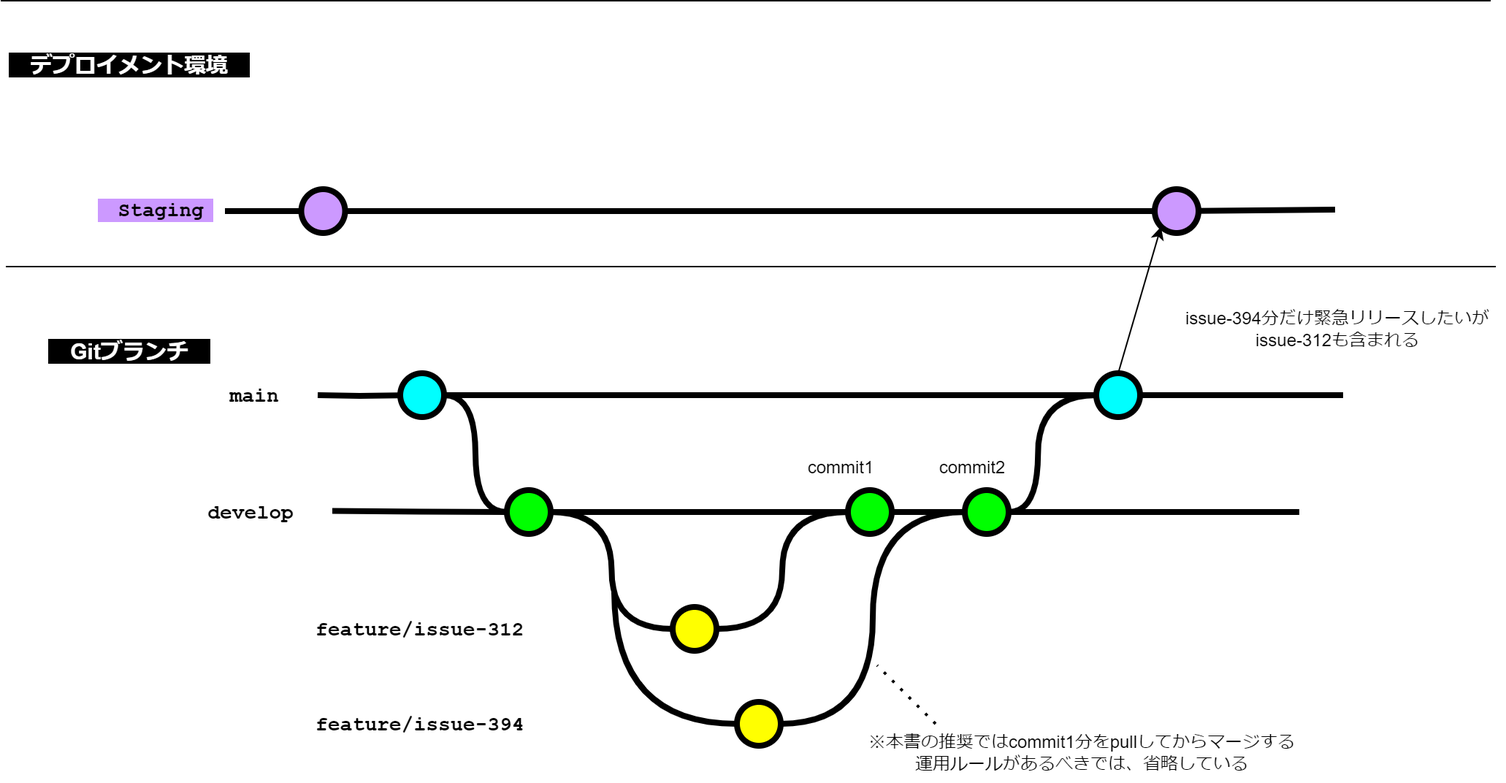
Earlier version of the draw.io export documents/forGitBranch/img/release_overtaking.drawio.png (future-architect/coding-standards). Source tidied: cells renumbered, new cells last; positions are measured from the earlier drawing's top-left corner, leaving out a move shared by most shapes. Its diagram source:
```xml
<mxGraphModel>
  <root>
    <mxCell id="0" />
    <mxCell id="1" parent="0" />
    <mxCell id="2" style="edgeStyle=orthogonalEdgeStyle;curved=1;rounded=0;html=1;exitX=1;exitY=0.5;exitPerimeter=0;entryX=0;entryY=0.5;entryPerimeter=0;endArrow=none;endFill=0;jettySize=auto;strokeWidth=4;fontSize=15;" parent="1" edge="1" source="3" target="8">
      <mxGeometry relative="1" as="geometry" />
    </mxCell>
    <mxCell id="3" style="verticalLabelPosition=bottom;verticalAlign=top;html=1;strokeWidth=4;shape=mxgraph.flowchart.on-page_reference;plain-blue;gradientColor=none;fillColor=#00FFFF;strokeColor=#000000;" parent="1" vertex="1">
      <mxGeometry x="273.5" y="255" width="30" height="30" as="geometry" />
    </mxCell>
    <mxCell id="4" style="edgeStyle=orthogonalEdgeStyle;curved=1;rounded=0;jettySize=auto;html=1;endArrow=none;endFill=0;strokeWidth=4;fontFamily=Courier New;fontSize=16;entryX=1;entryY=0.5;entryDx=0;entryDy=0;entryPerimeter=0;" parent="1" edge="1" source="5" target="3">
      <mxGeometry relative="1" as="geometry" />
    </mxCell>
    <mxCell id="5" style="verticalLabelPosition=bottom;verticalAlign=top;html=1;strokeWidth=4;shape=mxgraph.flowchart.on-page_reference;plain-blue;gradientColor=none;strokeColor=#000000;fillColor=#00FFFF;" parent="1" vertex="1">
      <mxGeometry x="750" y="255" width="30" height="30" as="geometry" />
    </mxCell>
    <mxCell id="6" style="edgeStyle=orthogonalEdgeStyle;rounded=0;html=1;jettySize=auto;strokeWidth=4;endArrow=none;endFill=0;" parent="1" edge="1" target="3">
      <mxGeometry x="53.5" y="220" as="geometry">
        <mxPoint x="217" y="270" as="sourcePoint" />
      </mxGeometry>
    </mxCell>
    <mxCell id="7" value="main" style="text;html=1;strokeColor=none;fillColor=none;align=center;verticalAlign=middle;whiteSpace=wrap;overflow=hidden;fontSize=14;fontStyle=1;fontFamily=Courier New;" parent="1" vertex="1">
      <mxGeometry x="149" y="260" width="50" height="20" as="geometry" />
    </mxCell>
    <mxCell id="8" style="verticalLabelPosition=bottom;verticalAlign=top;html=1;strokeWidth=4;shape=mxgraph.flowchart.on-page_reference;plain-purple;gradientColor=none;strokeColor=#000000;fillColor=#00FF00;" parent="1" vertex="1">
      <mxGeometry x="346.5" y="335" width="30" height="30" as="geometry" />
    </mxCell>
    <mxCell id="9" value="develop" style="text;html=1;strokeColor=none;fillColor=none;align=center;verticalAlign=middle;whiteSpace=wrap;overflow=hidden;fontSize=14;fontStyle=1;fontFamily=Courier New;" parent="1" vertex="1">
      <mxGeometry x="90" y="340" width="162.5" height="20" as="geometry" />
    </mxCell>
    <mxCell id="10" value="feature/issue-312" style="text;html=1;strokeColor=none;fillColor=none;align=left;verticalAlign=middle;whiteSpace=wrap;overflow=hidden;fontSize=14;fontStyle=1;fontFamily=Courier New;" parent="1" vertex="1">
      <mxGeometry x="214" y="420" width="162.5" height="20" as="geometry" />
    </mxCell>
    <mxCell id="11" style="edgeStyle=orthogonalEdgeStyle;curved=1;rounded=0;html=1;exitX=1;exitY=0.5;exitPerimeter=0;entryX=0;entryY=0.5;entryPerimeter=0;endArrow=none;endFill=0;jettySize=auto;strokeWidth=4;fontSize=15;exitDx=0;exitDy=0;entryDx=0;entryDy=0;" parent="1" edge="1" source="8" target="14">
      <mxGeometry relative="1" as="geometry" />
    </mxCell>
    <mxCell id="12" style="verticalLabelPosition=bottom;verticalAlign=top;html=1;strokeWidth=4;shape=mxgraph.flowchart.on-page_reference;plain-purple;gradientColor=none;strokeColor=#000000;fillColor=#00FF00;" parent="1" vertex="1">
      <mxGeometry x="580" y="335" width="30" height="30" as="geometry" />
    </mxCell>
    <mxCell id="13" style="edgeStyle=orthogonalEdgeStyle;curved=1;rounded=0;jettySize=auto;html=1;endArrow=none;endFill=0;strokeWidth=4;fontFamily=Courier New;fontSize=16;exitX=1;exitY=0.5;exitDx=0;exitDy=0;exitPerimeter=0;" parent="1" edge="1" source="23">
      <mxGeometry relative="1" as="geometry">
        <mxPoint x="889" y="350" as="targetPoint" />
      </mxGeometry>
    </mxCell>
    <mxCell id="14" style="verticalLabelPosition=bottom;verticalAlign=top;html=1;strokeWidth=4;shape=mxgraph.flowchart.on-page_reference;plain-purple;gradientColor=none;strokeColor=#000000;fillColor=#FFFF00;" parent="1" vertex="1">
      <mxGeometry x="460" y="415" width="30" height="30" as="geometry" />
    </mxCell>
    <mxCell id="15" style="edgeStyle=orthogonalEdgeStyle;curved=1;rounded=0;jettySize=auto;html=1;endArrow=none;endFill=0;strokeWidth=4;fontFamily=Courier New;fontSize=16;exitX=1;exitY=0.5;exitDx=0;exitDy=0;exitPerimeter=0;" parent="1" edge="1" source="5">
      <mxGeometry relative="1" as="geometry">
        <mxPoint x="919" y="270" as="targetPoint" />
      </mxGeometry>
    </mxCell>
    <mxCell id="16" style="edgeStyle=orthogonalEdgeStyle;curved=1;rounded=0;jettySize=auto;html=1;endArrow=none;endFill=0;strokeWidth=4;fontFamily=Courier New;fontSize=16;exitX=1;exitY=0.5;exitDx=0;exitDy=0;exitPerimeter=0;entryX=0;entryY=0.5;entryDx=0;entryDy=0;entryPerimeter=0;" parent="1" edge="1" source="8" target="12">
      <mxGeometry relative="1" as="geometry" />
    </mxCell>
    <mxCell id="17" style="edgeStyle=orthogonalEdgeStyle;curved=1;rounded=0;jettySize=auto;html=1;endArrow=none;endFill=0;strokeWidth=4;fontFamily=Courier New;fontSize=16;exitX=1;exitY=0.5;exitDx=0;exitDy=0;exitPerimeter=0;entryX=0;entryY=0.5;entryDx=0;entryDy=0;entryPerimeter=0;" parent="1" edge="1" source="14" target="12">
      <mxGeometry relative="1" as="geometry" />
    </mxCell>
    <mxCell id="18" style="verticalLabelPosition=bottom;verticalAlign=top;html=1;strokeWidth=4;shape=mxgraph.flowchart.on-page_reference;plain-purple;gradientColor=none;strokeColor=#000000;fillColor=#FFFF00;" parent="1" vertex="1">
      <mxGeometry x="504" y="480" width="30" height="30" as="geometry" />
    </mxCell>
    <mxCell id="19" value="feature/issue-394&lt;div&gt;ファイル&lt;/div&gt;" style="text;html=1;strokeColor=none;fillColor=none;align=left;verticalAlign=middle;whiteSpace=wrap;overflow=hidden;fontSize=14;fontStyle=1;fontFamily=Courier New;" parent="1" vertex="1">
      <mxGeometry x="214" y="485" width="162.5" height="20" as="geometry" />
    </mxCell>
    <mxCell id="20" style="edgeStyle=orthogonalEdgeStyle;curved=1;rounded=0;html=1;entryX=0;entryY=0.5;entryPerimeter=0;endArrow=none;endFill=0;jettySize=auto;strokeWidth=4;fontSize=15;entryDx=0;entryDy=0;" parent="1" edge="1" target="18">
      <mxGeometry relative="1" as="geometry">
        <mxPoint x="420" y="405" as="sourcePoint" />
        <Array as="points">
          <mxPoint x="420" y="495" />
        </Array>
      </mxGeometry>
    </mxCell>
    <mxCell id="21" style="edgeStyle=orthogonalEdgeStyle;curved=1;rounded=0;jettySize=auto;html=1;endArrow=none;endFill=0;strokeWidth=4;fontFamily=Courier New;fontSize=16;exitX=1;exitY=0.5;exitDx=0;exitDy=0;exitPerimeter=0;" parent="1" edge="1" source="12" target="23">
      <mxGeometry relative="1" as="geometry" />
    </mxCell>
    <mxCell id="22" style="edgeStyle=orthogonalEdgeStyle;curved=1;rounded=0;jettySize=auto;html=1;endArrow=none;endFill=0;strokeWidth=4;fontFamily=Courier New;fontSize=16;exitX=1;exitY=0.5;exitDx=0;exitDy=0;exitPerimeter=0;entryX=0;entryY=0.5;entryDx=0;entryDy=0;entryPerimeter=0;" parent="1" edge="1" source="12" target="23">
      <mxGeometry relative="1" as="geometry" />
    </mxCell>
    <mxCell id="23" style="verticalLabelPosition=bottom;verticalAlign=top;html=1;strokeWidth=4;shape=mxgraph.flowchart.on-page_reference;plain-purple;gradientColor=none;strokeColor=#000000;fillColor=#00FF00;" parent="1" vertex="1">
      <mxGeometry x="660" y="335" width="30" height="30" as="geometry" />
    </mxCell>
    <mxCell id="24" style="edgeStyle=orthogonalEdgeStyle;curved=1;rounded=0;jettySize=auto;html=1;endArrow=none;endFill=0;strokeWidth=4;fontFamily=Courier New;fontSize=16;exitX=1;exitY=0.5;exitDx=0;exitDy=0;exitPerimeter=0;entryX=0;entryY=0.5;entryDx=0;entryDy=0;entryPerimeter=0;" parent="1" edge="1" source="18" target="23">
      <mxGeometry relative="1" as="geometry" />
    </mxCell>
    <mxCell id="25" style="edgeStyle=orthogonalEdgeStyle;curved=1;rounded=0;html=1;exitX=0;exitY=0.5;exitPerimeter=0;entryX=1;entryY=0.5;entryPerimeter=0;endArrow=none;endFill=0;jettySize=auto;strokeWidth=4;fontSize=15;entryDx=0;entryDy=0;exitDx=0;exitDy=0;" parent="1" edge="1" source="5" target="23">
      <mxGeometry relative="1" as="geometry">
        <Array as="points">
          <mxPoint x="710" y="270" />
          <mxPoint x="710" y="350" />
        </Array>
      </mxGeometry>
    </mxCell>
    <mxCell id="26" style="endArrow=none;html=1;rounded=0;" parent="1" edge="1">
      <mxGeometry relative="1" as="geometry">
        <mxPoint x="3.5" y="182" as="sourcePoint" />
        <mxPoint x="1023.5" y="182" as="targetPoint" />
      </mxGeometry>
    </mxCell>
    <mxCell id="27" value="&lt;div&gt;&lt;span style=&quot;background-color: rgb(204, 153, 255);&quot;&gt;　Staging　&lt;/span&gt;&lt;/div&gt;" style="text;html=1;strokeColor=none;fillColor=none;align=center;verticalAlign=middle;whiteSpace=wrap;overflow=hidden;fontSize=14;fontStyle=1;fontFamily=Courier New;" parent="1" vertex="1">
      <mxGeometry x="46.8" y="123" width="111.8" height="42" as="geometry" />
    </mxCell>
    <mxCell id="28" value="&lt;font color=&quot;#ffffff&quot;&gt;&lt;span style=&quot;font-size: 15px; background-color: rgb(0, 0, 0);&quot;&gt;&lt;b&gt;　デプロイメント環境　&lt;/b&gt;&lt;/span&gt;&lt;/font&gt;" style="text;strokeColor=none;align=center;fillColor=none;html=1;verticalAlign=middle;whiteSpace=wrap;rounded=0;" parent="1" vertex="1">
      <mxGeometry y="29" width="161.8" height="30" as="geometry" />
    </mxCell>
    <mxCell id="29" style="endArrow=none;html=1;rounded=0;strokeWidth=4;" parent="1" edge="1" source="34">
      <mxGeometry relative="1" as="geometry">
        <mxPoint x="913.5" y="143" as="targetPoint" />
      </mxGeometry>
    </mxCell>
    <mxCell id="30" style="endArrow=none;html=1;rounded=0;" parent="1" edge="1">
      <mxGeometry relative="1" as="geometry">
        <mxPoint as="sourcePoint" />
        <mxPoint x="1020" as="targetPoint" />
      </mxGeometry>
    </mxCell>
    <mxCell id="31" style="endArrow=none;html=1;rounded=0;strokeWidth=4;" parent="1" edge="1" target="32">
      <mxGeometry relative="1" as="geometry">
        <mxPoint x="153.5" y="144" as="sourcePoint" />
      </mxGeometry>
    </mxCell>
    <mxCell id="32" style="verticalLabelPosition=bottom;verticalAlign=top;html=1;strokeWidth=4;shape=mxgraph.flowchart.on-page_reference;plain-blue;gradientColor=none;fillColor=#CC99FF;strokeColor=#000000;" parent="1" vertex="1">
      <mxGeometry x="205.8" y="129" width="30" height="30" as="geometry" />
    </mxCell>
    <mxCell id="33" style="endArrow=none;html=1;rounded=0;strokeWidth=4;entryX=0;entryY=0.5;entryDx=0;entryDy=0;entryPerimeter=0;" parent="1" edge="1" source="32" target="34">
      <mxGeometry relative="1" as="geometry" />
    </mxCell>
    <mxCell id="34" style="verticalLabelPosition=bottom;verticalAlign=top;html=1;strokeWidth=4;shape=mxgraph.flowchart.on-page_reference;plain-blue;gradientColor=none;fillColor=#CC99FF;strokeColor=#000000;" parent="1" vertex="1">
      <mxGeometry x="790" y="129" width="30" height="30" as="geometry" />
    </mxCell>
    <mxCell id="35" value="&lt;b&gt;&lt;font color=&quot;#ffffff&quot; style=&quot;font-size: 15px; background-color: rgb(0, 0, 0);&quot;&gt;　Gitブランチ　&lt;/font&gt;&lt;/b&gt;" style="text;strokeColor=none;align=center;fillColor=none;html=1;verticalAlign=middle;whiteSpace=wrap;rounded=0;" parent="1" vertex="1">
      <mxGeometry x="15.9" y="225" width="130" height="30" as="geometry" />
    </mxCell>
    <mxCell id="36" style="endArrow=classic;html=1;rounded=0;exitX=0.5;exitY=0;exitDx=0;exitDy=0;exitPerimeter=0;entryX=0.145;entryY=0.855;entryDx=0;entryDy=0;entryPerimeter=0;" parent="1" edge="1" source="5" target="34">
      <mxGeometry relative="1" as="geometry" />
    </mxCell>
    <mxCell id="37" value="issue-394分だけ緊急リリースしたいが&lt;div&gt;issue-312も含まれる&lt;/div&gt;" style="text;html=1;align=center;verticalAlign=middle;strokeColor=none;fillColor=none;" parent="1" vertex="1">
      <mxGeometry x="800" y="205" width="230" height="40" as="geometry" />
    </mxCell>
    <mxCell id="38" value="commit1" style="text;html=1;align=center;verticalAlign=middle;strokeColor=none;fillColor=none;" parent="1" vertex="1">
      <mxGeometry x="540" y="305" width="70" height="30" as="geometry" />
    </mxCell>
    <mxCell id="39" style="edgeStyle=orthogonalEdgeStyle;rounded=0;html=1;jettySize=auto;strokeWidth=4;endArrow=none;endFill=0;entryX=0;entryY=0.5;entryDx=0;entryDy=0;entryPerimeter=0;" parent="1" edge="1" target="8">
      <mxGeometry x="53.5" y="220" as="geometry">
        <mxPoint x="227" y="349.2" as="sourcePoint" />
      </mxGeometry>
    </mxCell>
    <mxCell id="40" value="commit2" style="text;html=1;align=center;verticalAlign=middle;strokeColor=none;fillColor=none;" parent="1" vertex="1">
      <mxGeometry x="630" y="305" width="70" height="30" as="geometry" />
    </mxCell>
    <mxCell id="41" value="※本書の推奨ではcommit1分をpullしてからマージする&lt;div&gt;運用ルールがあるべきでは、省略している&lt;/div&gt;" style="text;html=1;align=center;verticalAlign=middle;strokeColor=none;fillColor=none;" parent="1" vertex="1">
      <mxGeometry x="580" y="495" width="320" height="40" as="geometry" />
    </mxCell>
    <mxCell id="42" style="endArrow=none;dashed=1;html=1;dashPattern=1 3;strokeWidth=2;rounded=0;" parent="1" edge="1">
      <mxGeometry relative="1" as="geometry">
        <mxPoint x="640" y="495" as="sourcePoint" />
        <mxPoint x="600" y="455" as="targetPoint" />
      </mxGeometry>
    </mxCell>
  </root>
</mxGraphModel>
```
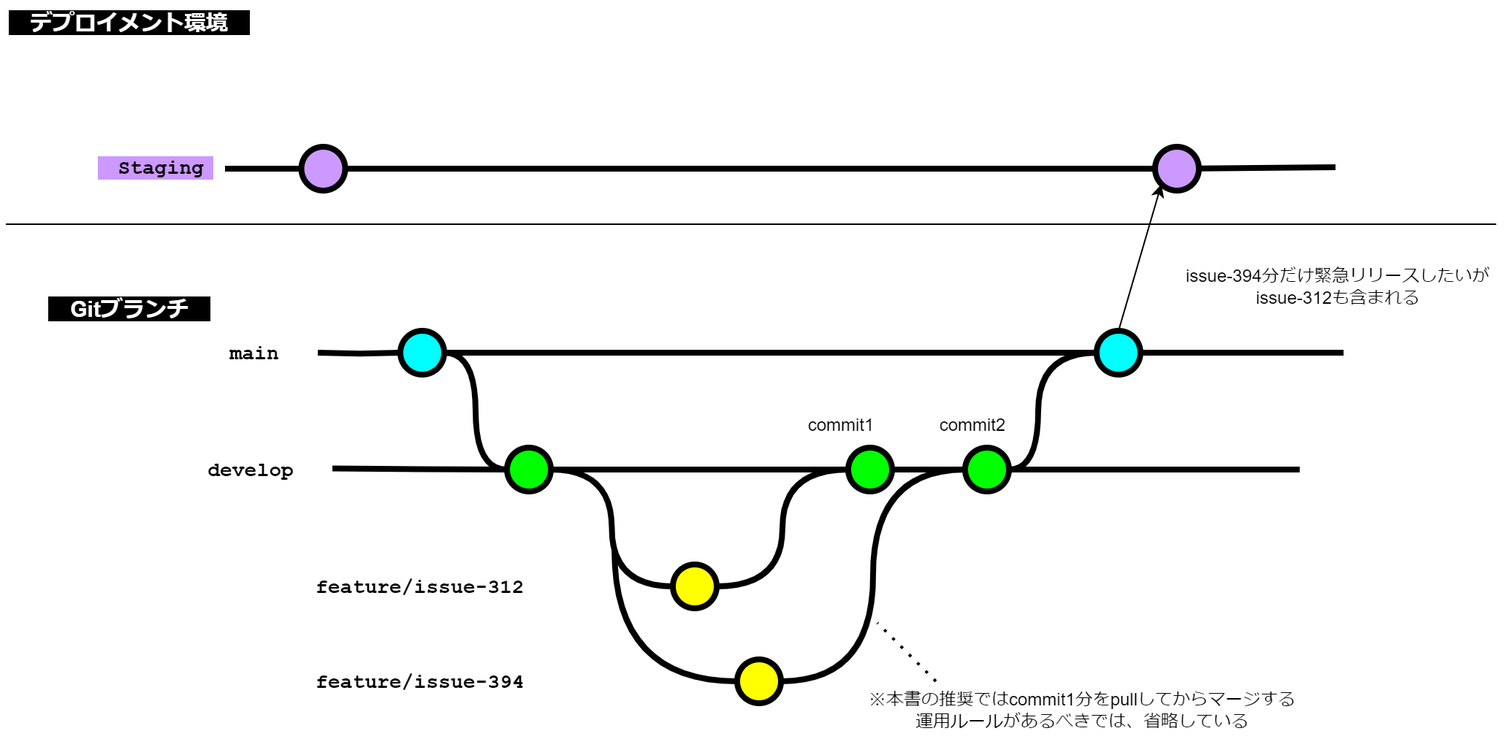
Above is the later version.

What changed in the source:
```diff
@@ -107,12 +107,6 @@
         <mxPoint x="913.5" y="143" as="targetPoint" />
       </mxGeometry>
     </mxCell>
-    <mxCell id="30" style="endArrow=none;html=1;rounded=0;" parent="1" edge="1">
-      <mxGeometry relative="1" as="geometry">
-        <mxPoint as="sourcePoint" />
-        <mxPoint x="1020" as="targetPoint" />
-      </mxGeometry>
-    </mxCell>
     <mxCell id="31" style="endArrow=none;html=1;rounded=0;strokeWidth=4;" parent="1" edge="1" target="32">
       <mxGeometry relative="1" as="geometry">
         <mxPoint x="153.5" y="144" as="sourcePoint" />
```
